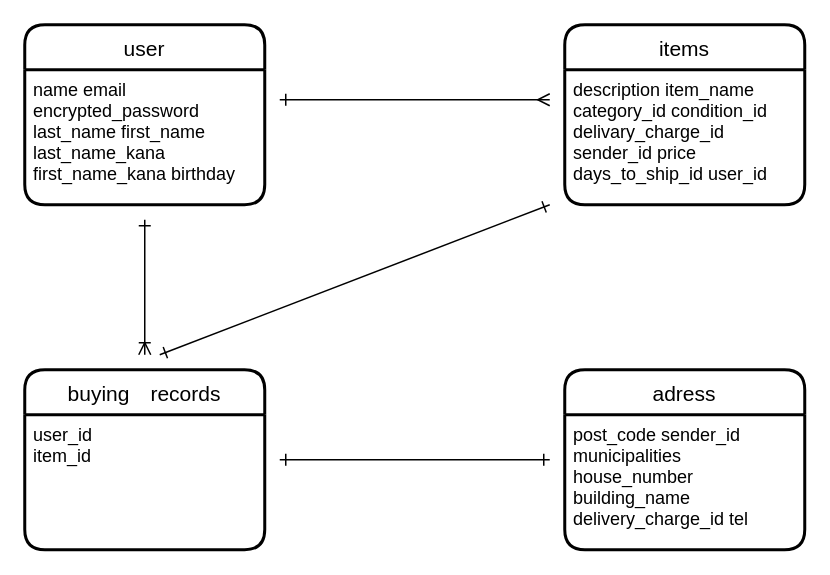
tatsuro0329/furima-39634 keeps this draw.io diagram as furima.dio. Above is the earlier version. Source tidied: cells renumbered, new cells numbered last; positions are measured from the earlier drawing's top-left corner, leaving out a move shared by most shapes. Both pictures are drawn from the tidied source at 150%, with x=0, y=0 at pixel (24, 24).
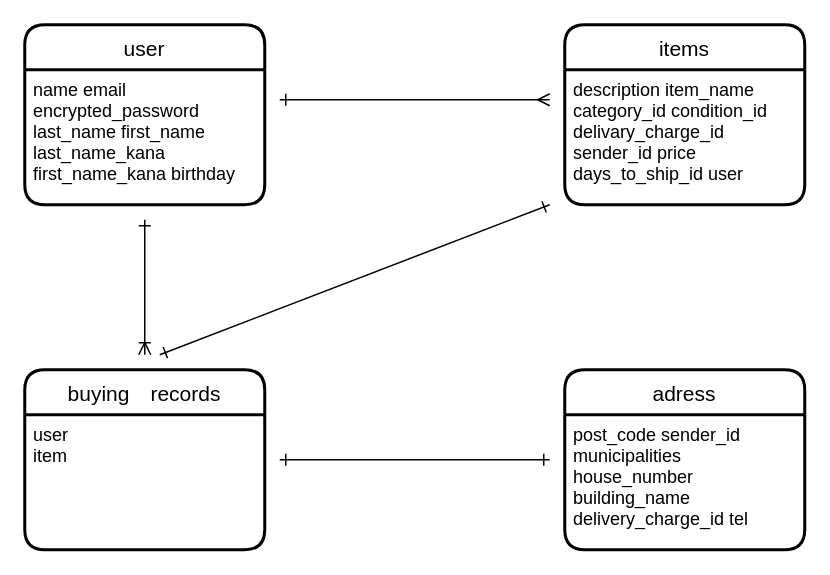
After the change.

What changed in the source:
```diff
@@
 <mxGraphModel>
   <root>
     <mxCell id="0" />
     <mxCell id="1" parent="0" />
     <mxCell id="2" value="user" style="swimlane;horizontal=1;startSize=30;rounded=1;fontSize=14;fontStyle=0;strokeWidth=2;shadow=0;dashed=0;align=center;" parent="1" vertex="1">
       <mxGeometry width="160" height="120" as="geometry" />
     </mxCell>
     <mxCell id="3" value="name email&#10;encrypted_password&#10;last_name first_name&#10;last_name_kana&#10;first_name_kana birthday" style="align=left;strokeColor=none;fillColor=none;spacingLeft=4;fontSize=12;verticalAlign=top;" parent="2" vertex="1">
       <mxGeometry y="30" width="160" height="90" as="geometry" />
     </mxCell>
     <mxCell id="4" value="items" style="swimlane;horizontal=1;startSize=30;rounded=1;fontSize=14;fontStyle=0;strokeWidth=2;shadow=0;dashed=0;align=center;" parent="1" vertex="1">
       <mxGeometry x="360" width="160" height="120" as="geometry" />
     </mxCell>
-    <mxCell id="5" value="description item_name&#10;category_id condition_id&#10;delivary_charge_id&#10;sender_id price&#10;days_to_ship_id user_id" style="align=left;strokeColor=none;fillColor=none;spacingLeft=4;fontSize=12;verticalAlign=top;" parent="4" vertex="1">
+    <mxCell id="5" value="description item_name&#10;category_id condition_id&#10;delivary_charge_id&#10;sender_id price&#10;days_to_ship_id user" style="align=left;strokeColor=none;fillColor=none;spacingLeft=4;fontSize=12;verticalAlign=top;" parent="4" vertex="1">
       <mxGeometry y="30" width="160" height="90" as="geometry" />
     </mxCell>
     <mxCell id="6" value="buying　records" style="swimlane;horizontal=1;startSize=30;rounded=1;fontSize=14;fontStyle=0;strokeWidth=2;shadow=0;dashed=0;align=center;" parent="1" vertex="1">
       <mxGeometry y="230" width="160" height="120" as="geometry" />
     </mxCell>
-    <mxCell id="7" value="user_id&#10;item_id" style="align=left;strokeColor=none;fillColor=none;spacingLeft=4;fontSize=12;verticalAlign=top;" parent="6" vertex="1">
+    <mxCell id="7" value="user&#10;item" style="align=left;strokeColor=none;fillColor=none;spacingLeft=4;fontSize=12;verticalAlign=top;" parent="6" vertex="1">
       <mxGeometry y="30" width="160" height="90" as="geometry" />
     </mxCell>
     <mxCell id="8" style="edgeStyle=entityRelationEdgeStyle;fontSize=12;html=1;endArrow=ERmany;endFill=0;startArrow=ERone;startFill=0;" parent="1" edge="1">
       <mxGeometry relative="1" as="geometry">
         <mxPoint x="170" y="50" as="sourcePoint" />
         <mxPoint x="350" y="50" as="targetPoint" />
       </mxGeometry>
     </mxCell>
     <mxCell id="9" style="fontSize=12;html=1;endArrow=ERone;startArrow=ERone;startFill=0;endFill=0;" parent="1" edge="1">
       <mxGeometry relative="1" as="geometry">
         <mxPoint x="350" y="120" as="sourcePoint" />
         <mxPoint x="90" y="220" as="targetPoint" />
       </mxGeometry>
     </mxCell>
     <mxCell id="10" style="fontSize=12;html=1;endArrow=ERone;startArrow=ERoneToMany;startFill=0;endFill=0;" parent="1" edge="1">
       <mxGeometry relative="1" as="geometry">
         <mxPoint x="80" y="220" as="sourcePoint" />
         <mxPoint x="80" y="130" as="targetPoint" />
       </mxGeometry>
     </mxCell>
     <mxCell id="11" value="adress" style="swimlane;horizontal=1;startSize=30;rounded=1;fontSize=14;fontStyle=0;strokeWidth=2;shadow=0;dashed=0;align=center;" parent="1" vertex="1">
       <mxGeometry x="360" y="230" width="160" height="120" as="geometry" />
     </mxCell>
     <mxCell id="12" value="post_code sender_id&#10;municipalities&#10;house_number&#10;building_name&#10;delivery_charge_id tel" style="align=left;strokeColor=none;fillColor=none;spacingLeft=4;fontSize=12;verticalAlign=top;" parent="11" vertex="1">
       <mxGeometry y="30" width="160" height="90" as="geometry" />
     </mxCell>
     <mxCell id="13" style="fontSize=12;html=1;endArrow=ERone;endFill=1;startArrow=ERone;startFill=0;" parent="1" edge="1">
       <mxGeometry relative="1" as="geometry">
         <mxPoint x="170" y="290" as="sourcePoint" />
         <mxPoint x="350" y="290" as="targetPoint" />
       </mxGeometry>
     </mxCell>
   </root>
 </mxGraphModel>
```
